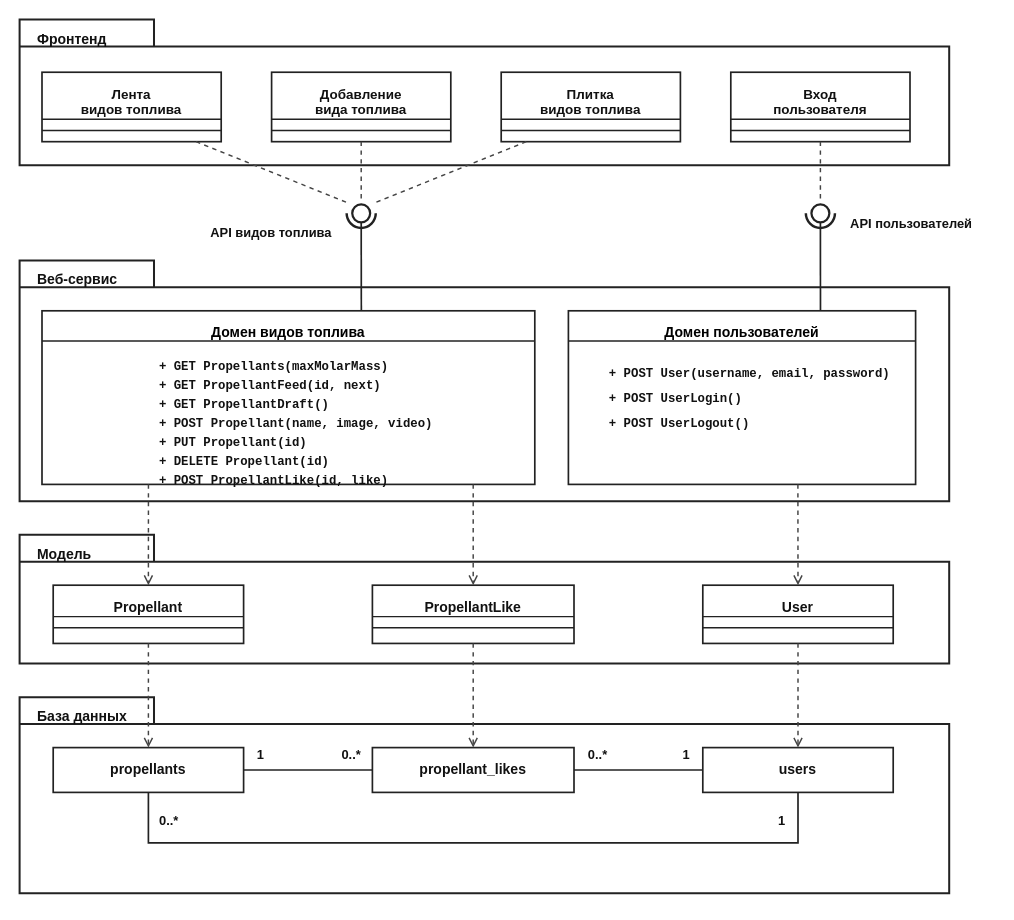
The draw.io diagram class_diagram.drawio in Mr-Flyguy/propellant-impulse-backend, before the edit. Source tidied: cells renumbered, new cells numbered last; positions are measured from the earlier drawing's top-left corner, leaving out a move shared by most shapes. Both pictures are drawn from the tidied source at 112%, with x=0, y=0 at pixel (19, 19).
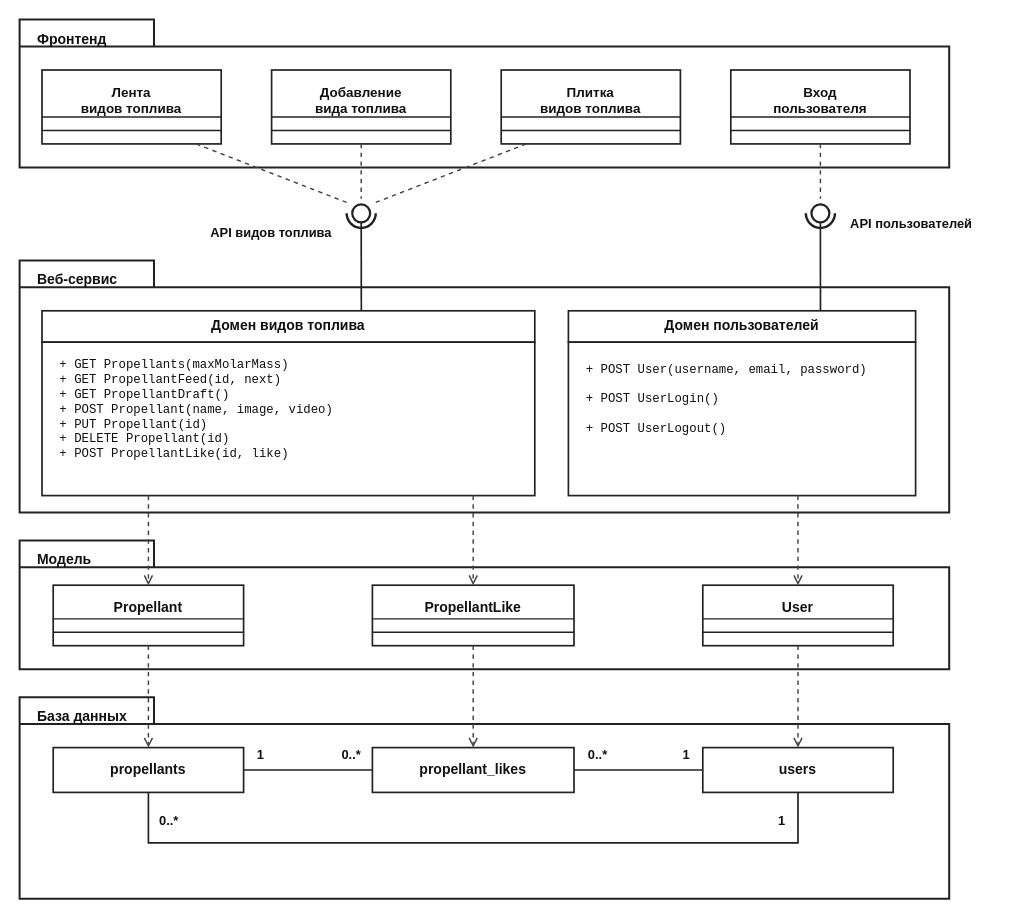
Above is the later version.

Unchanged cells that the change refers to:
```xml
<mxCell id="19" style="ellipse;whiteSpace=wrap;html=1;fillColor=#FFFFFF;strokeColor=#222222;strokeWidth=2;" parent="1" vertex="1">
  <mxGeometry x="297" y="165" width="16" height="16" as="geometry" />
</mxCell>
<mxCell id="22" style="ellipse;whiteSpace=wrap;html=1;fillColor=#FFFFFF;strokeColor=#222222;strokeWidth=2;" parent="1" vertex="1">
  <mxGeometry x="707" y="165" width="16" height="16" as="geometry" />
</mxCell>
```

The edit, as a diff of the source:
```diff
@@
     <mxCell id="2" value="Фронтенд" style="shape=folder;fontStyle=1;tabWidth=120;tabHeight=24;tabPosition=left;html=1;whiteSpace=wrap;fillColor=#FFFFFF;strokeColor=#222222;strokeWidth=1.8;fontColor=#111111;fontFamily=Helvetica;fontSize=12.5;align=left;verticalAlign=top;spacingLeft=14;spacingTop=4;" parent="1" vertex="1">
-      <mxGeometry width="830" height="130" as="geometry" />
+      <mxGeometry width="830" height="132" as="geometry" />
     </mxCell>
     <mxCell id="3" value="Веб-сервис" style="shape=folder;fontStyle=1;tabWidth=120;tabHeight=24;tabPosition=left;html=1;whiteSpace=wrap;fillColor=#FFFFFF;strokeColor=#222222;strokeWidth=1.8;fontColor=#111111;fontFamily=Helvetica;fontSize=12.5;align=left;verticalAlign=top;spacingLeft=14;spacingTop=4;" parent="1" vertex="1">
-      <mxGeometry y="215" width="830" height="215" as="geometry" />
+      <mxGeometry y="215" width="830" height="225" as="geometry" />
     </mxCell>
     <mxCell id="4" value="Модель" style="shape=folder;fontStyle=1;tabWidth=120;tabHeight=24;tabPosition=left;html=1;whiteSpace=wrap;fillColor=#FFFFFF;strokeColor=#222222;strokeWidth=1.8;fontColor=#111111;fontFamily=Helvetica;fontSize=12.5;align=left;verticalAlign=top;spacingLeft=14;spacingTop=4;" parent="1" vertex="1">
-      <mxGeometry y="460" width="830" height="115" as="geometry" />
+      <mxGeometry y="465" width="830" height="115" as="geometry" />
     </mxCell>
     <mxCell id="5" value="База данных" style="shape=folder;fontStyle=1;tabWidth=120;tabHeight=24;tabPosition=left;html=1;whiteSpace=wrap;fillColor=#FFFFFF;strokeColor=#222222;strokeWidth=1.8;fontColor=#111111;fontFamily=Helvetica;fontSize=12.5;align=left;verticalAlign=top;spacingLeft=14;spacingTop=4;" parent="1" vertex="1">
-      <mxGeometry y="605" width="830" height="175" as="geometry" />
+      <mxGeometry y="605" width="830" height="180" as="geometry" />
     </mxCell>
-    <mxCell id="6" value="Лента&lt;br/&gt;видов топлива" style="rounded=0;whiteSpace=wrap;html=1;fillColor=#FFFFFF;strokeColor=#222222;strokeWidth=1.5;align=center;verticalAlign=top;spacingTop=6;fontFamily=Helvetica;fontSize=12;fontStyle=1;fontColor=#111111;" parent="1" vertex="1">
-      <mxGeometry x="20" y="47" width="160" height="62" as="geometry" />
+    <mxCell id="6" value="Лента&lt;br/&gt;видов топлива" style="rounded=0;whiteSpace=wrap;html=1;fillColor=#FFFFFF;strokeColor=#222222;strokeWidth=1.5;align=center;verticalAlign=top;spacingTop=7;fontFamily=Helvetica;fontSize=12;fontStyle=1;fontColor=#111111;" parent="1" vertex="1">
+      <mxGeometry x="20" y="45" width="160" height="66" as="geometry" />
     </mxCell>
     <mxCell id="7" style="endArrow=none;html=1;strokeColor=#222222;strokeWidth=1.2;" parent="1" edge="1">
       <mxGeometry relative="1" as="geometry">
-        <mxPoint x="20" y="89" as="sourcePoint" />
-        <mxPoint x="180" y="89" as="targetPoint" />
+        <mxPoint x="20" y="87" as="sourcePoint" />
+        <mxPoint x="180" y="87" as="targetPoint" />
       </mxGeometry>
     </mxCell>
@@
-    <mxCell id="9" value="Добавление&lt;br/&gt;вида топлива" style="rounded=0;whiteSpace=wrap;html=1;fillColor=#FFFFFF;strokeColor=#222222;strokeWidth=1.5;align=center;verticalAlign=top;spacingTop=6;fontFamily=Helvetica;fontSize=12;fontStyle=1;fontColor=#111111;" parent="1" vertex="1">
-      <mxGeometry x="225" y="47" width="160" height="62" as="geometry" />
+    <mxCell id="9" value="Добавление&lt;br/&gt;вида топлива" style="rounded=0;whiteSpace=wrap;html=1;fillColor=#FFFFFF;strokeColor=#222222;strokeWidth=1.5;align=center;verticalAlign=top;spacingTop=7;fontFamily=Helvetica;fontSize=12;fontStyle=1;fontColor=#111111;" parent="1" vertex="1">
+      <mxGeometry x="225" y="45" width="160" height="66" as="geometry" />
     </mxCell>
     <mxCell id="10" style="endArrow=none;html=1;strokeColor=#222222;strokeWidth=1.2;" parent="1" edge="1">
       <mxGeometry relative="1" as="geometry">
-        <mxPoint x="225" y="89" as="sourcePoint" />
-        <mxPoint x="385" y="89" as="targetPoint" />
+        <mxPoint x="225" y="87" as="sourcePoint" />
+        <mxPoint x="385" y="87" as="targetPoint" />
       </mxGeometry>
     </mxCell>
@@
-    <mxCell id="12" value="Плитка&lt;br/&gt;видов топлива" style="rounded=0;whiteSpace=wrap;html=1;fillColor=#FFFFFF;strokeColor=#222222;strokeWidth=1.5;align=center;verticalAlign=top;spacingTop=6;fontFamily=Helvetica;fontSize=12;fontStyle=1;fontColor=#111111;" parent="1" vertex="1">
-      <mxGeometry x="430" y="47" width="160" height="62" as="geometry" />
+    <mxCell id="12" value="Плитка&lt;br/&gt;видов топлива" style="rounded=0;whiteSpace=wrap;html=1;fillColor=#FFFFFF;strokeColor=#222222;strokeWidth=1.5;align=center;verticalAlign=top;spacingTop=7;fontFamily=Helvetica;fontSize=12;fontStyle=1;fontColor=#111111;" parent="1" vertex="1">
+      <mxGeometry x="430" y="45" width="160" height="66" as="geometry" />
     </mxCell>
     <mxCell id="13" style="endArrow=none;html=1;strokeColor=#222222;strokeWidth=1.2;" parent="1" edge="1">
       <mxGeometry relative="1" as="geometry">
-        <mxPoint x="430" y="89" as="sourcePoint" />
-        <mxPoint x="590" y="89" as="targetPoint" />
+        <mxPoint x="430" y="87" as="sourcePoint" />
+        <mxPoint x="590" y="87" as="targetPoint" />
       </mxGeometry>
     </mxCell>
@@
-    <mxCell id="15" value="Вход&lt;br/&gt;пользователя" style="rounded=0;whiteSpace=wrap;html=1;fillColor=#FFFFFF;strokeColor=#222222;strokeWidth=1.5;align=center;verticalAlign=top;spacingTop=6;fontFamily=Helvetica;fontSize=12;fontStyle=1;fontColor=#111111;" parent="1" vertex="1">
-      <mxGeometry x="635" y="47" width="160" height="62" as="geometry" />
+    <mxCell id="15" value="Вход&lt;br/&gt;пользователя" style="rounded=0;whiteSpace=wrap;html=1;fillColor=#FFFFFF;strokeColor=#222222;strokeWidth=1.5;align=center;verticalAlign=top;spacingTop=7;fontFamily=Helvetica;fontSize=12;fontStyle=1;fontColor=#111111;" parent="1" vertex="1">
+      <mxGeometry x="635" y="45" width="160" height="66" as="geometry" />
     </mxCell>
     <mxCell id="16" style="endArrow=none;html=1;strokeColor=#222222;strokeWidth=1.2;" parent="1" edge="1">
       <mxGeometry relative="1" as="geometry">
-        <mxPoint x="635" y="89" as="sourcePoint" />
-        <mxPoint x="795" y="89" as="targetPoint" />
+        <mxPoint x="635" y="87" as="sourcePoint" />
+        <mxPoint x="795" y="87" as="targetPoint" />
       </mxGeometry>
     </mxCell>
@@
+    <mxCell id="61" value="Домен видов топлива" style="rounded=0;whiteSpace=wrap;html=1;fillColor=#FFFFFF;strokeColor=#222222;strokeWidth=1.5;fontStyle=1;fontSize=12.5;fontFamily=Helvetica;align=center;verticalAlign=middle;fontColor=#111111;" parent="1" vertex="1">
+      <mxGeometry x="20" y="260" width="440" height="28" as="geometry" />
+    </mxCell>
-    <mxCell id="28" value="Домен видов топлива&lt;div style=&quot;text-align:left;padding-top:14px;padding-left:14px;font-family:Consolas,monospace;font-size:11px;line-height:1.55;color:#111111;&quot;&gt;+ GET Propellants(maxMolarMass)&lt;br/&gt;+ GET PropellantFeed(id, next)&lt;br/&gt;+ GET PropellantDraft()&lt;br/&gt;+ POST Propellant(name, image, video)&lt;br/&gt;+ PUT Propellant(id)&lt;br/&gt;+ DELETE Propellant(id)&lt;br/&gt;+ POST PropellantLike(id, like)&lt;/div&gt;" style="rounded=0;whiteSpace=wrap;html=1;fillColor=#FFFFFF;strokeColor=#222222;strokeWidth=1.5;align=center;verticalAlign=top;spacingTop=6;fontFamily=Helvetica;fontSize=12.5;fontStyle=1;" parent="1" vertex="1">
-      <mxGeometry x="20" y="260" width="440" height="155" as="geometry" />
+    <mxCell id="28" value="+ GET Propellants(maxMolarMass)&lt;br/&gt;+ GET PropellantFeed(id, next)&lt;br/&gt;+ GET PropellantDraft()&lt;br/&gt;+ POST Propellant(name, image, video)&lt;br/&gt;+ PUT Propellant(id)&lt;br/&gt;+ DELETE Propellant(id)&lt;br/&gt;+ POST PropellantLike(id, like)" style="rounded=0;whiteSpace=wrap;html=1;fillColor=#FFFFFF;strokeColor=#222222;strokeWidth=1.5;align=left;verticalAlign=top;spacingLeft=14;spacingTop=8;fontFamily=Consolas,monospace;fontSize=11;lineHeight=1.5;fontColor=#111111;" parent="1" vertex="1">
+      <mxGeometry x="20" y="288" width="440" height="137" as="geometry" />
     </mxCell>
-    <mxCell id="29" style="endArrow=none;html=1;strokeColor=#222222;strokeWidth=1.2;" parent="1" edge="1">
-      <mxGeometry relative="1" as="geometry">
-        <mxPoint x="20" y="287" as="sourcePoint" />
-        <mxPoint x="460" y="287" as="targetPoint" />
-      </mxGeometry>
-    </mxCell>
+    <mxCell id="62" value="Домен пользователей" style="rounded=0;whiteSpace=wrap;html=1;fillColor=#FFFFFF;strokeColor=#222222;strokeWidth=1.5;fontStyle=1;fontSize=12.5;fontFamily=Helvetica;align=center;verticalAlign=middle;fontColor=#111111;" parent="1" vertex="1">
+      <mxGeometry x="490" y="260" width="310" height="28" as="geometry" />
+    </mxCell>
-    <mxCell id="30" value="Домен пользователей&lt;div style=&quot;text-align:left;padding-top:18px;padding-left:14px;font-family:Consolas,monospace;font-size:11px;line-height:2.0;color:#111111;&quot;&gt;+ POST User(username, email, password)&lt;br/&gt;+ POST UserLogin()&lt;br/&gt;+ POST UserLogout()&lt;/div&gt;" style="rounded=0;whiteSpace=wrap;html=1;fillColor=#FFFFFF;strokeColor=#222222;strokeWidth=1.5;align=center;verticalAlign=top;spacingTop=6;fontFamily=Helvetica;fontSize=12.5;fontStyle=1;" parent="1" vertex="1">
-      <mxGeometry x="490" y="260" width="310" height="155" as="geometry" />
+    <mxCell id="30" value="+ POST User(username, email, password)&lt;br/&gt;&lt;br/&gt;+ POST UserLogin()&lt;br/&gt;&lt;br/&gt;+ POST UserLogout()" style="rounded=0;whiteSpace=wrap;html=1;fillColor=#FFFFFF;strokeColor=#222222;strokeWidth=1.5;align=left;verticalAlign=top;spacingLeft=14;spacingTop=12;fontFamily=Consolas,monospace;fontSize=11;lineHeight=1.8;fontColor=#111111;" parent="1" vertex="1">
+      <mxGeometry x="490" y="288" width="310" height="137" as="geometry" />
     </mxCell>
-    <mxCell id="31" style="endArrow=none;html=1;strokeColor=#222222;strokeWidth=1.2;" parent="1" edge="1">
-      <mxGeometry relative="1" as="geometry">
-        <mxPoint x="490" y="287" as="sourcePoint" />
-        <mxPoint x="800" y="287" as="targetPoint" />
-      </mxGeometry>
-    </mxCell>
-    <mxCell id="32" style="endArrow=none;html=1;strokeColor=#222222;strokeWidth=1.5;exitX=0.5;exitY=1;entryX=0.648;entryY=0;" parent="1" edge="1" source="19" target="28">
+    <mxCell id="32" style="endArrow=none;html=1;strokeColor=#222222;strokeWidth=1.5;exitX=0.5;exitY=1;entryX=0.648;entryY=0;" parent="1" edge="1" source="19" target="61">
       <mxGeometry relative="1" as="geometry" />
     </mxCell>
-    <mxCell id="33" style="endArrow=none;html=1;strokeColor=#222222;strokeWidth=1.5;exitX=0.5;exitY=1;entryX=0.726;entryY=0;" parent="1" edge="1" source="22" target="30">
+    <mxCell id="33" style="endArrow=none;html=1;strokeColor=#222222;strokeWidth=1.5;exitX=0.5;exitY=1;entryX=0.726;entryY=0;" parent="1" edge="1" source="22" target="62">
       <mxGeometry relative="1" as="geometry" />
     </mxCell>
     <mxCell id="34" value="Propellant" style="rounded=0;whiteSpace=wrap;html=1;fillColor=#FFFFFF;strokeColor=#222222;strokeWidth=1.5;align=center;verticalAlign=top;spacingTop=6;fontFamily=Helvetica;fontSize=12.5;fontStyle=1;fontColor=#111111;" parent="1" vertex="1">
-      <mxGeometry x="30" y="505" width="170" height="52" as="geometry" />
+      <mxGeometry x="30" y="505" width="170" height="54" as="geometry" />
     </mxCell>
     <mxCell id="35" style="endArrow=none;html=1;strokeColor=#222222;strokeWidth=1.2;" parent="1" edge="1">
       <mxGeometry relative="1" as="geometry">
-        <mxPoint x="30" y="533" as="sourcePoint" />
-        <mxPoint x="200" y="533" as="targetPoint" />
+        <mxPoint x="30" y="535" as="sourcePoint" />
+        <mxPoint x="200" y="535" as="targetPoint" />
       </mxGeometry>
     </mxCell>
     <mxCell id="36" style="endArrow=none;html=1;strokeColor=#222222;strokeWidth=1.2;" parent="1" edge="1">
       <mxGeometry relative="1" as="geometry">
-        <mxPoint x="30" y="543" as="sourcePoint" />
-        <mxPoint x="200" y="543" as="targetPoint" />
+        <mxPoint x="30" y="547" as="sourcePoint" />
+        <mxPoint x="200" y="547" as="targetPoint" />
       </mxGeometry>
     </mxCell>
     <mxCell id="37" value="PropellantLike" style="rounded=0;whiteSpace=wrap;html=1;fillColor=#FFFFFF;strokeColor=#222222;strokeWidth=1.5;align=center;verticalAlign=top;spacingTop=6;fontFamily=Helvetica;fontSize=12.5;fontStyle=1;fontColor=#111111;" parent="1" vertex="1">
-      <mxGeometry x="315" y="505" width="180" height="52" as="geometry" />
+      <mxGeometry x="315" y="505" width="180" height="54" as="geometry" />
     </mxCell>
     <mxCell id="38" style="endArrow=none;html=1;strokeColor=#222222;strokeWidth=1.2;" parent="1" edge="1">
       <mxGeometry relative="1" as="geometry">
-        <mxPoint x="315" y="533" as="sourcePoint" />
-        <mxPoint x="495" y="533" as="targetPoint" />
+        <mxPoint x="315" y="535" as="sourcePoint" />
+        <mxPoint x="495" y="535" as="targetPoint" />
       </mxGeometry>
     </mxCell>
     <mxCell id="39" style="endArrow=none;html=1;strokeColor=#222222;strokeWidth=1.2;" parent="1" edge="1">
       <mxGeometry relative="1" as="geometry">
-        <mxPoint x="315" y="543" as="sourcePoint" />
-        <mxPoint x="495" y="543" as="targetPoint" />
+        <mxPoint x="315" y="547" as="sourcePoint" />
+        <mxPoint x="495" y="547" as="targetPoint" />
       </mxGeometry>
     </mxCell>
     <mxCell id="40" value="User" style="rounded=0;whiteSpace=wrap;html=1;fillColor=#FFFFFF;strokeColor=#222222;strokeWidth=1.5;align=center;verticalAlign=top;spacingTop=6;fontFamily=Helvetica;fontSize=12.5;fontStyle=1;fontColor=#111111;" parent="1" vertex="1">
-      <mxGeometry x="610" y="505" width="170" height="52" as="geometry" />
+      <mxGeometry x="610" y="505" width="170" height="54" as="geometry" />
     </mxCell>
     <mxCell id="41" style="endArrow=none;html=1;strokeColor=#222222;strokeWidth=1.2;" parent="1" edge="1">
       <mxGeometry relative="1" as="geometry">
-        <mxPoint x="610" y="533" as="sourcePoint" />
-        <mxPoint x="780" y="533" as="targetPoint" />
+        <mxPoint x="610" y="535" as="sourcePoint" />
+        <mxPoint x="780" y="535" as="targetPoint" />
       </mxGeometry>
     </mxCell>
     <mxCell id="42" style="endArrow=none;html=1;strokeColor=#222222;strokeWidth=1.2;" parent="1" edge="1">
       <mxGeometry relative="1" as="geometry">
-        <mxPoint x="610" y="543" as="sourcePoint" />
-        <mxPoint x="780" y="543" as="targetPoint" />
+        <mxPoint x="610" y="547" as="sourcePoint" />
+        <mxPoint x="780" y="547" as="targetPoint" />
       </mxGeometry>
     </mxCell>
```
